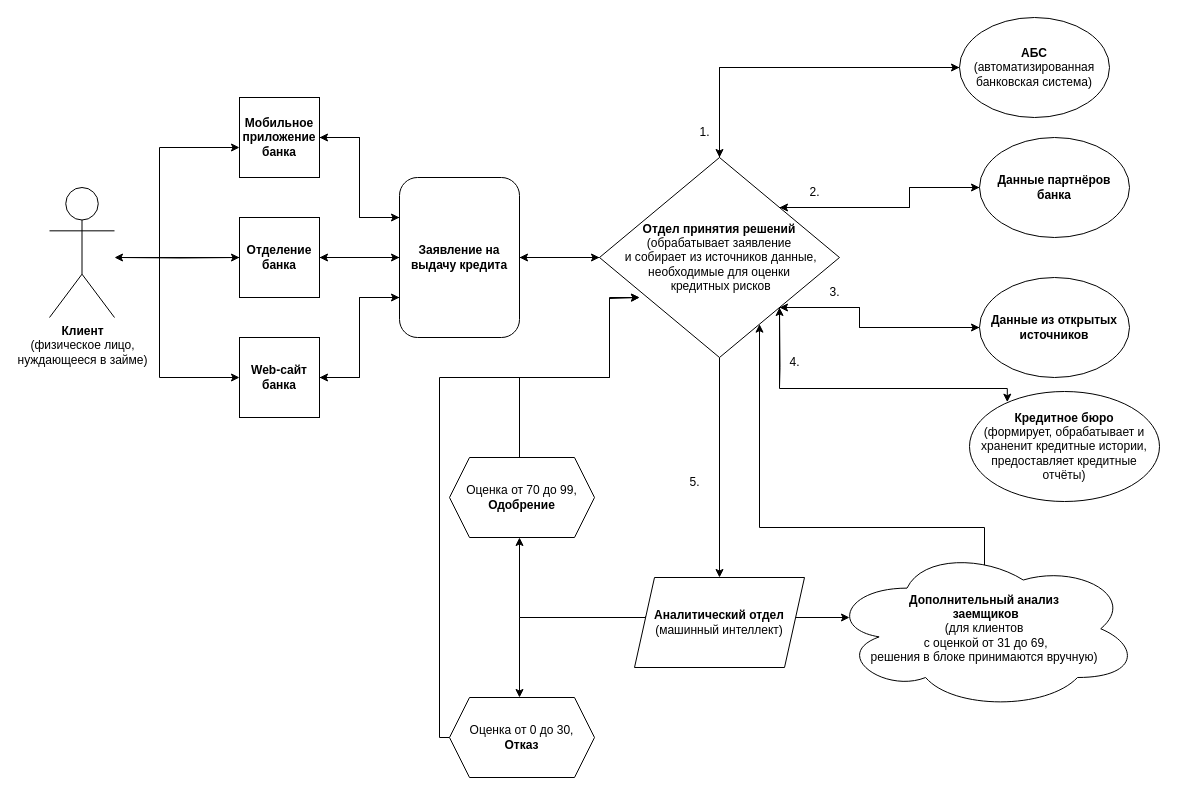
This is Untitled Diagram.drawio from bett328/github.io, a draw.io file, before an edit. Source tidied: cells renumbered, new cells numbered last; positions are measured from the earlier drawing's top-left corner, leaving out a move shared by most shapes. Both pictures are drawn from the tidied source at 100%, with x=0, y=0 at pixel (49, 17).
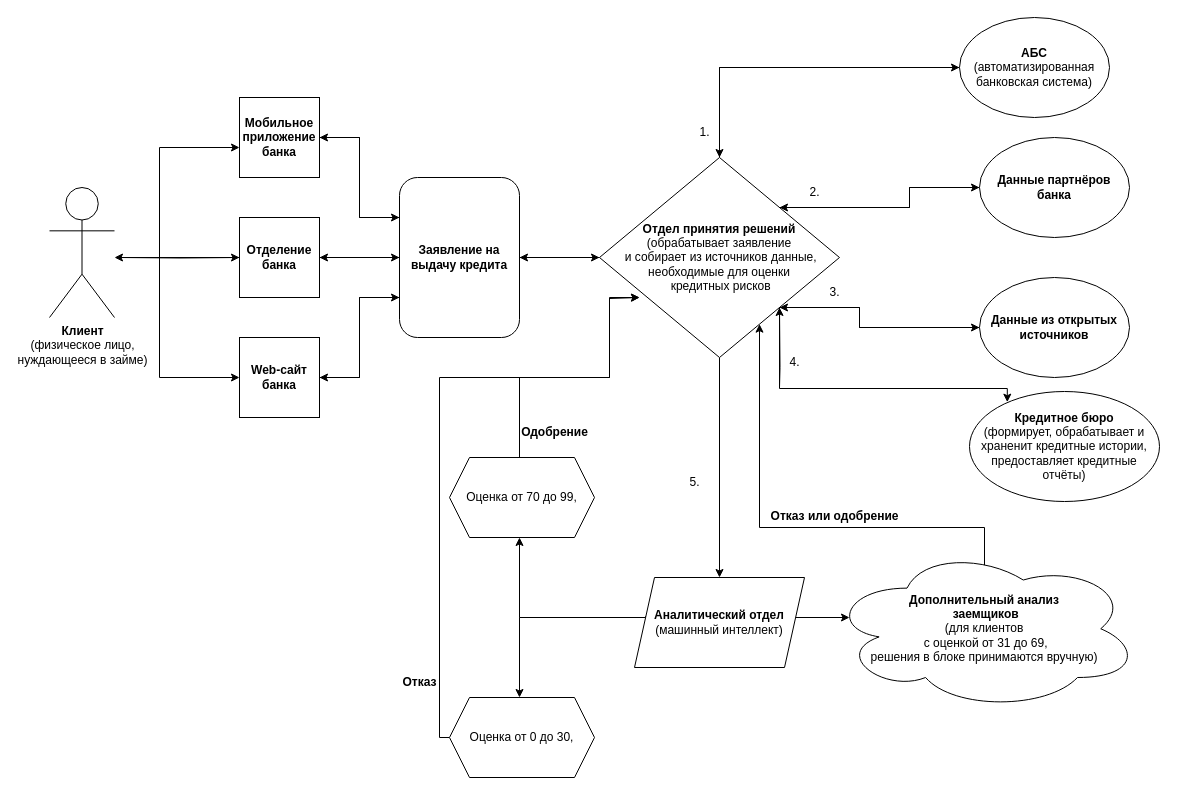
The same diagram, later.

What changed in the source:
```diff
@@
-    <mxCell id="43" value="Оценка от 0 до 30,&lt;br&gt;&lt;b&gt;Отказ&lt;/b&gt;" style="shape=hexagon;perimeter=hexagonPerimeter2;whiteSpace=wrap;html=1;fixedSize=1;" parent="1" vertex="1">
+    <mxCell id="43" value="Оценка от 0 до 30,&lt;br&gt;" style="shape=hexagon;perimeter=hexagonPerimeter2;whiteSpace=wrap;html=1;fixedSize=1;" parent="1" vertex="1">
       <mxGeometry x="400" y="680" width="145" height="80" as="geometry" />
     </mxCell>
@@
-    <mxCell id="45" value="Оценка от 70 до 99,&lt;br&gt;&lt;b&gt;Одобрение&lt;/b&gt;" style="shape=hexagon;perimeter=hexagonPerimeter2;whiteSpace=wrap;html=1;fixedSize=1;" parent="1" vertex="1">
+    <mxCell id="45" value="Оценка от 70 до 99,&lt;br&gt;" style="shape=hexagon;perimeter=hexagonPerimeter2;whiteSpace=wrap;html=1;fixedSize=1;" parent="1" vertex="1">
       <mxGeometry x="400" y="440" width="145" height="80" as="geometry" />
     </mxCell>
@@
+    <mxCell id="48" value="&lt;b&gt;Отказ или одобрение&lt;/b&gt;" style="text;html=1;align=center;verticalAlign=middle;strokeColor=none;fillColor=none;" parent="1" vertex="1">
+      <mxGeometry x="710" y="484" width="150" height="30" as="geometry" />
+    </mxCell>
+    <mxCell id="49" value="&lt;b style=&quot;&quot;&gt;Одобрение&lt;/b&gt;" style="text;html=1;align=center;verticalAlign=middle;strokeColor=none;fillColor=none;" parent="1" vertex="1">
+      <mxGeometry x="460" y="400" width="90" height="30" as="geometry" />
+    </mxCell>
+    <mxCell id="50" value="&lt;b style=&quot;&quot;&gt;Отказ&lt;/b&gt;" style="text;html=1;align=center;verticalAlign=middle;strokeColor=none;fillColor=none;" parent="1" vertex="1">
+      <mxGeometry x="340" y="650" width="60" height="30" as="geometry" />
+    </mxCell>
```
